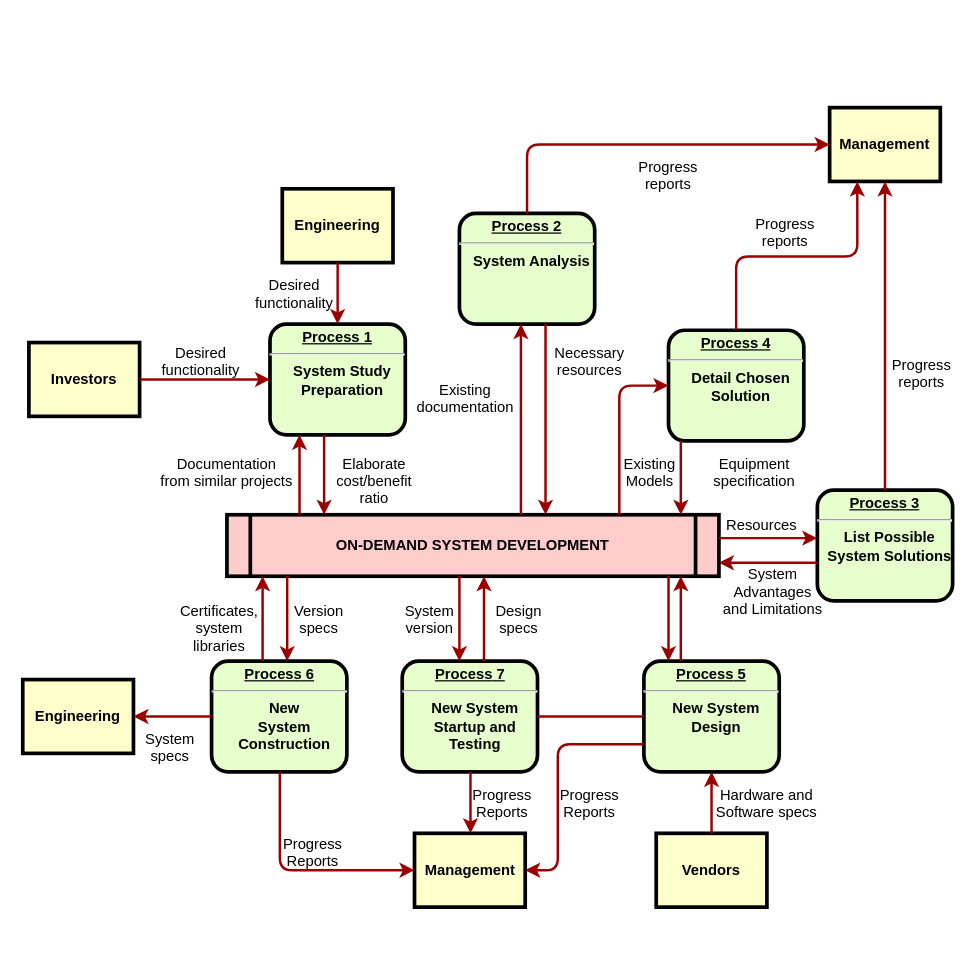
This is Untitled Diagram.drawio from doaa517/Diagrams, a draw.io file, before an edit. Source tidied: cells renumbered, new cells numbered last; positions are measured from the earlier drawing's top-left corner, leaving out a move shared by most shapes. Both pictures are drawn from the tidied source at 123%, with x=0, y=0 at pixel (22, 107).
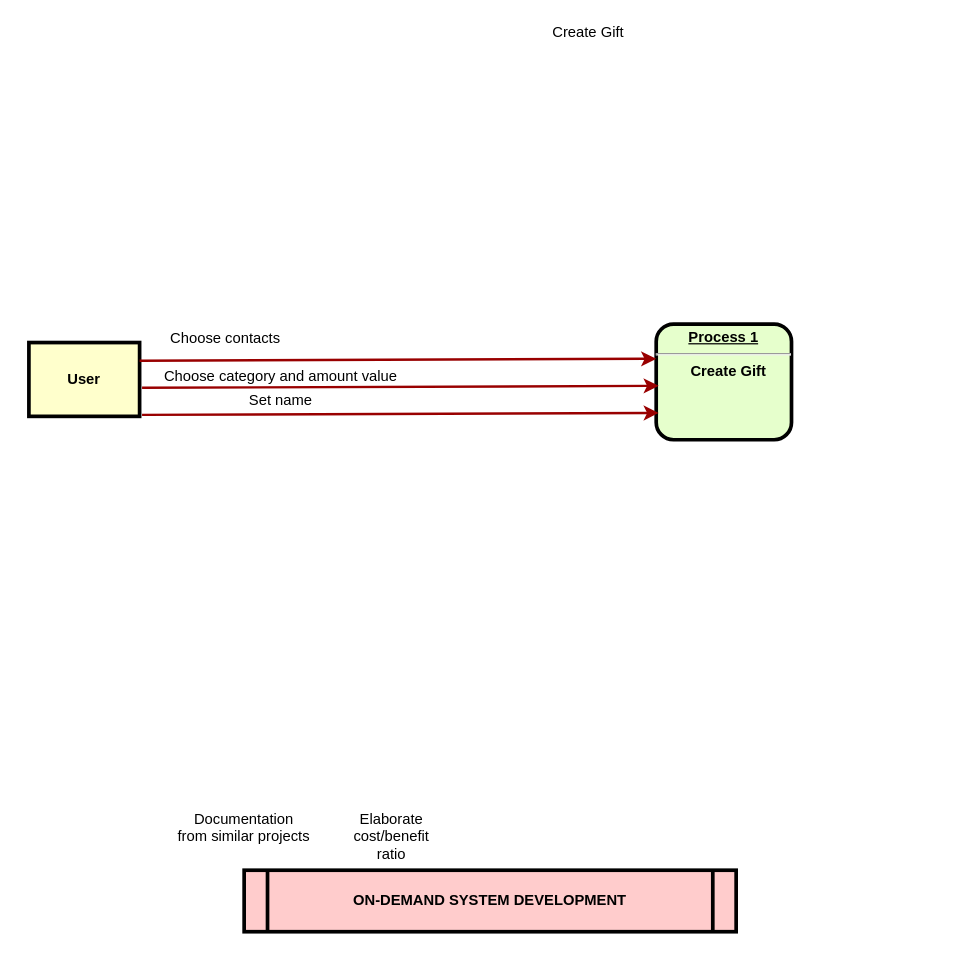
Above is the later version.

What changed in the source:
```diff
@@
-    <mxCell id="2" value="&lt;p style=&quot;margin: 0px; margin-top: 4px; text-align: center; text-decoration: underline;&quot;&gt;&lt;strong&gt;Process 1&lt;br /&gt;&lt;/strong&gt;&lt;/p&gt;&lt;hr /&gt;&lt;p style=&quot;margin: 0px; margin-left: 8px;&quot;&gt;System Study&lt;/p&gt;&lt;p style=&quot;margin: 0px; margin-left: 8px;&quot;&gt;Preparation&lt;/p&gt;" style="verticalAlign=middle;align=center;overflow=fill;fontSize=12;fontFamily=Helvetica;html=1;rounded=1;fontStyle=1;strokeWidth=3;fillColor=#E6FFCC;" parent="1" vertex="1">
-      <mxGeometry x="201" y="176" width="110" height="90" as="geometry" />
+    <mxCell id="2" value="&lt;p style=&quot;margin: 0px; margin-top: 4px; text-align: center; text-decoration: underline;&quot;&gt;&lt;strong&gt;Process 1&lt;br&gt;&lt;/strong&gt;&lt;/p&gt;&lt;hr&gt;&lt;p style=&quot;margin: 0px; margin-left: 8px;&quot;&gt;Create Gift&lt;br&gt;&lt;/p&gt;" style="verticalAlign=middle;align=center;overflow=fill;fontSize=12;fontFamily=Helvetica;html=1;rounded=1;fontStyle=1;strokeWidth=3;fillColor=#E6FFCC;" parent="1" vertex="1">
+      <mxGeometry x="515" y="176" width="110" height="94" as="geometry" />
     </mxCell>
-    <mxCell id="3" value="Engineering" style="whiteSpace=wrap;align=center;verticalAlign=middle;fontStyle=1;strokeWidth=3;fillColor=#FFFFCC;" parent="1" vertex="1">
-      <mxGeometry x="211" y="66" width="90" height="60" as="geometry" />
-    </mxCell>
-    <mxCell id="4" value="Investors" style="whiteSpace=wrap;align=center;verticalAlign=middle;fontStyle=1;strokeWidth=3;fillColor=#FFFFCC;" parent="1" vertex="1">
+    <mxCell id="4" value="User" style="whiteSpace=wrap;align=center;verticalAlign=middle;fontStyle=1;strokeWidth=3;fillColor=#FFFFCC;" parent="1" vertex="1">
       <mxGeometry x="5" y="191" width="90" height="60" as="geometry" />
     </mxCell>
     <mxCell id="5" value="ON-DEMAND SYSTEM DEVELOPMENT" style="shape=process;whiteSpace=wrap;align=center;verticalAlign=middle;size=0.0475;fontStyle=1;strokeWidth=3;fillColor=#FFCCCC;" parent="1" vertex="1">
-      <mxGeometry x="166" y="331" width="400" height="50" as="geometry" />
+      <mxGeometry x="180" y="620" width="400" height="50" as="geometry" />
     </mxCell>
-    <mxCell id="6" value="&lt;p style=&quot;margin: 0px; margin-top: 4px; text-align: center; text-decoration: underline;&quot;&gt;&lt;strong&gt;Process 2&lt;br /&gt;&lt;/strong&gt;&lt;/p&gt;&lt;hr /&gt;&lt;p style=&quot;margin: 0px; margin-left: 8px;&quot;&gt;System Analysis&lt;/p&gt;" style="verticalAlign=middle;align=center;overflow=fill;fontSize=12;fontFamily=Helvetica;html=1;rounded=1;fontStyle=1;strokeWidth=3;fillColor=#E6FFCC;" parent="1" vertex="1">
-      <mxGeometry x="355" y="86" width="110" height="90" as="geometry" />
-    </mxCell>
-    <mxCell id="7" value="&lt;p style=&quot;margin: 0px; margin-top: 4px; text-align: center; text-decoration: underline;&quot;&gt;&lt;strong&gt;&lt;strong&gt;Process&lt;/strong&gt; 3&lt;br /&gt;&lt;/strong&gt;&lt;/p&gt;&lt;hr /&gt;&lt;p style=&quot;margin: 0px; margin-left: 8px;&quot;&gt;List Possible&lt;/p&gt;&lt;p style=&quot;margin: 0px; margin-left: 8px;&quot;&gt;System Solutions&lt;/p&gt;" style="verticalAlign=middle;align=center;overflow=fill;fontSize=12;fontFamily=Helvetica;html=1;rounded=1;fontStyle=1;strokeWidth=3;fillColor=#E6FFCC;" parent="1" vertex="1">
-      <mxGeometry x="646" y="311" width="110" height="90" as="geometry" />
-    </mxCell>
-    <mxCell id="8" value="&lt;p style=&quot;margin: 0px; margin-top: 4px; text-align: center; text-decoration: underline;&quot;&gt;&lt;strong&gt;&lt;strong&gt;Process&lt;/strong&gt; 4&lt;br /&gt;&lt;/strong&gt;&lt;/p&gt;&lt;hr /&gt;&lt;p style=&quot;margin: 0px; margin-left: 8px;&quot;&gt;Detail Chosen&lt;/p&gt;&lt;p style=&quot;margin: 0px; margin-left: 8px;&quot;&gt;Solution&lt;/p&gt;" style="verticalAlign=middle;align=center;overflow=fill;fontSize=12;fontFamily=Helvetica;html=1;rounded=1;fontStyle=1;strokeWidth=3;fillColor=#E6FFCC;" parent="1" vertex="1">
-      <mxGeometry x="525" y="181" width="110" height="90" as="geometry" />
-    </mxCell>
-    <mxCell id="9" value="&lt;p style=&quot;margin: 0px; margin-top: 4px; text-align: center; text-decoration: underline;&quot;&gt;&lt;strong&gt;&lt;strong&gt;Process&lt;/strong&gt; 5&lt;br /&gt;&lt;/strong&gt;&lt;/p&gt;&lt;hr /&gt;&lt;p style=&quot;margin: 0px; margin-left: 8px;&quot;&gt;New System&lt;/p&gt;&lt;p style=&quot;margin: 0px; margin-left: 8px;&quot;&gt;Design&lt;/p&gt;" style="verticalAlign=middle;align=center;overflow=fill;fontSize=12;fontFamily=Helvetica;html=1;rounded=1;fontStyle=1;strokeWidth=3;fillColor=#E6FFCC;" parent="1" vertex="1">
-      <mxGeometry x="505" y="450" width="110" height="90" as="geometry" />
-    </mxCell>
-    <mxCell id="10" value="&lt;p style=&quot;margin: 0px; margin-top: 4px; text-align: center; text-decoration: underline;&quot;&gt;&lt;strong&gt;&lt;strong&gt;Process&lt;/strong&gt; 6&lt;br /&gt;&lt;/strong&gt;&lt;/p&gt;&lt;hr /&gt;&lt;p style=&quot;margin: 0px; margin-left: 8px;&quot;&gt;New&lt;/p&gt;&lt;p style=&quot;margin: 0px; margin-left: 8px;&quot;&gt;System&lt;/p&gt;&lt;p style=&quot;margin: 0px; margin-left: 8px;&quot;&gt;Construction&lt;/p&gt;" style="verticalAlign=middle;align=center;overflow=fill;fontSize=12;fontFamily=Helvetica;html=1;rounded=1;fontStyle=1;strokeWidth=3;fillColor=#E6FFCC;" parent="1" vertex="1">
-      <mxGeometry x="153.5" y="450" width="110" height="90" as="geometry" />
-    </mxCell>
-    <mxCell id="11" value="Management" style="whiteSpace=wrap;align=center;verticalAlign=middle;fontStyle=1;strokeWidth=3;fillColor=#FFFFCC;" parent="1" vertex="1">
-      <mxGeometry x="656" width="90" height="60" as="geometry" />
-    </mxCell>
-    <mxCell id="12" value="Management" style="whiteSpace=wrap;align=center;verticalAlign=middle;fontStyle=1;strokeWidth=3;fillColor=#FFFFCC;" parent="1" vertex="1">
-      <mxGeometry x="318.5" y="590" width="90" height="60" as="geometry" />
-    </mxCell>
-    <mxCell id="13" value="Engineering" style="whiteSpace=wrap;align=center;verticalAlign=middle;fontStyle=1;strokeWidth=3;fillColor=#FFFFCC;" parent="1" vertex="1">
-      <mxGeometry y="465" width="90" height="60" as="geometry" />
-    </mxCell>
-    <mxCell id="14" value="Vendors" style="whiteSpace=wrap;align=center;verticalAlign=middle;fontStyle=1;strokeWidth=3;fillColor=#FFFFCC;" parent="1" vertex="1">
-      <mxGeometry x="515" y="590" width="90" height="60" as="geometry" />
-    </mxCell>
-    <mxCell id="15" style="edgeStyle=none;noEdgeStyle=1;strokeColor=#990000;strokeWidth=2;" parent="1" edge="1" source="3" target="2">
-      <mxGeometry relative="1" as="geometry" />
-    </mxCell>
-    <mxCell id="16" style="edgeStyle=none;noEdgeStyle=1;strokeColor=#990000;strokeWidth=2;" parent="1" edge="1" source="4" target="2">
-      <mxGeometry relative="1" as="geometry" />
+    <mxCell id="16" style="edgeStyle=none;noEdgeStyle=1;strokeColor=#990000;strokeWidth=2;" parent="1" edge="1">
+      <mxGeometry relative="1" as="geometry">
+        <mxPoint x="95" y="205.8" as="sourcePoint" />
+        <mxPoint x="515" y="204.2" as="targetPoint" />
+      </mxGeometry>
     </mxCell>
-    <mxCell id="17" value="&lt;p style=&quot;margin: 0px; margin-top: 4px; text-align: center; text-decoration: underline;&quot;&gt;&lt;strong&gt;&lt;strong&gt;Process&lt;/strong&gt; 7&lt;br /&gt;&lt;/strong&gt;&lt;/p&gt;&lt;hr /&gt;&lt;p style=&quot;margin: 0px; margin-left: 8px;&quot;&gt;New System&lt;/p&gt;&lt;p style=&quot;margin: 0px; margin-left: 8px;&quot;&gt;Startup and&lt;/p&gt;&lt;p style=&quot;margin: 0px; margin-left: 8px;&quot;&gt;Testing&lt;/p&gt;" style="verticalAlign=middle;align=center;overflow=fill;fontSize=12;fontFamily=Helvetica;html=1;rounded=1;fontStyle=1;strokeWidth=3;fillColor=#E6FFCC;" parent="1" vertex="1">
-      <mxGeometry x="308.5" y="450" width="110" height="90" as="geometry" />
-    </mxCell>
-    <mxCell id="18" style="endArrow=none;noEdgeStyle=1;strokeColor=#990000;strokeWidth=2;" parent="1" edge="1" source="9" target="17">
-      <mxGeometry relative="1" as="geometry" />
-    </mxCell>
-    <mxCell id="19" value="Desired &#10;functionality" style="text;spacingTop=-5;align=center;" parent="1" vertex="1">
-      <mxGeometry x="130" y="191" width="30" height="20" as="geometry" />
+    <mxCell id="19" value="Choose contacts" style="text;spacingTop=-5;align=center;" parent="1" vertex="1">
+      <mxGeometry x="150" y="179" width="30" height="20" as="geometry" />
     </mxCell>
-    <mxCell id="20" value="Desired &#10;functionality" style="text;spacingTop=-5;align=center;" parent="1" vertex="1">
-      <mxGeometry x="206" y="136" width="30" height="20" as="geometry" />
-    </mxCell>
     <mxCell id="21" value="Documentation&#10;from similar projects" style="text;spacingTop=-5;align=center;" parent="1" vertex="1">
-      <mxGeometry x="151" y="281" width="30" height="20" as="geometry" />
+      <mxGeometry x="165" y="570" width="30" height="20" as="geometry" />
     </mxCell>
-    <mxCell id="22" style="edgeStyle=elbowEdgeStyle;elbow=horizontal;strokeColor=#990000;strokeWidth=2;" parent="1" edge="1" source="5" target="2">
-      <mxGeometry relative="1" as="geometry">
-        <Array as="points">
-          <mxPoint x="225" y="310" />
-        </Array>
-      </mxGeometry>
-    </mxCell>
-    <mxCell id="23" style="edgeStyle=elbowEdgeStyle;elbow=horizontal;strokeColor=#990000;strokeWidth=2;" parent="1" edge="1" source="2" target="5">
-      <mxGeometry relative="1" as="geometry">
-        <Array as="points">
-          <mxPoint x="245" y="300" />
-        </Array>
-      </mxGeometry>
-    </mxCell>
     <mxCell id="24" value="Elaborate&#10;cost/benefit&#10;ratio" style="text;spacingTop=-5;align=center;" parent="1" vertex="1">
-      <mxGeometry x="271" y="281" width="30" height="20" as="geometry" />
+      <mxGeometry x="285" y="570" width="30" height="20" as="geometry" />
     </mxCell>
-    <mxCell id="25" style="edgeStyle=elbowEdgeStyle;elbow=horizontal;strokeColor=#990000;strokeWidth=2;" parent="1" edge="1" source="5" target="6">
-      <mxGeometry relative="1" as="geometry">
-        <Array as="points">
-          <mxPoint x="405" y="250" />
-        </Array>
-      </mxGeometry>
-    </mxCell>
-    <mxCell id="26" style="edgeStyle=elbowEdgeStyle;elbow=horizontal;strokeColor=#990000;strokeWidth=2;" parent="1" edge="1" source="6" target="5">
-      <mxGeometry relative="1" as="geometry">
-        <Array as="points">
-          <mxPoint x="425" y="260" />
-        </Array>
-      </mxGeometry>
-    </mxCell>
-    <mxCell id="27" value="Existing&#10;documentation" style="text;spacingTop=-5;align=center;" parent="1" vertex="1">
-      <mxGeometry x="345" y="221" width="30" height="20" as="geometry" />
+    <mxCell id="27" value="Create Gift" style="text;spacingTop=-5;align=center;" parent="1" vertex="1">
+      <mxGeometry x="445" y="-70" width="30" height="20" as="geometry" />
     </mxCell>
-    <mxCell id="28" value="Necessary&#10;resources" style="text;spacingTop=-5;align=center;" parent="1" vertex="1">
-      <mxGeometry x="446" y="191" width="30" height="20" as="geometry" />
-    </mxCell>
-    <mxCell id="29" value="Progress&#10;reports" style="text;spacingTop=-5;align=center;" parent="1" vertex="1">
-      <mxGeometry x="510" y="40" width="30" height="20" as="geometry" />
-    </mxCell>
-    <mxCell id="30" value="Progress&#10;reports" style="text;spacingTop=-5;align=center;" parent="1" vertex="1">
-      <mxGeometry x="605" y="86" width="30" height="20" as="geometry" />
-    </mxCell>
-    <mxCell id="31" value="Progress&#10;reports" style="text;spacingTop=-5;align=center;" parent="1" vertex="1">
-      <mxGeometry x="716" y="201" width="30" height="20" as="geometry" />
-    </mxCell>
-    <mxCell id="32" style="edgeStyle=elbowEdgeStyle;elbow=horizontal;strokeColor=#990000;strokeWidth=2;" parent="1" edge="1" source="6" target="11">
-      <mxGeometry relative="1" as="geometry">
-        <Array as="points">
-          <mxPoint x="410" y="80" />
-        </Array>
-      </mxGeometry>
-    </mxCell>
-    <mxCell id="33" style="edgeStyle=elbowEdgeStyle;elbow=vertical;entryX=0.25;entryY=1;strokeColor=#990000;strokeWidth=2;" parent="1" edge="1" source="8" target="11">
-      <mxGeometry relative="1" as="geometry" />
-    </mxCell>
-    <mxCell id="34" style="edgeStyle=elbowEdgeStyle;elbow=horizontal;strokeColor=#990000;strokeWidth=2;" parent="1" edge="1" source="7" target="11">
-      <mxGeometry relative="1" as="geometry" />
-    </mxCell>
-    <mxCell id="35" style="edgeStyle=elbowEdgeStyle;elbow=horizontal;strokeColor=#990000;strokeWidth=2;" parent="1" edge="1" source="8" target="5">
-      <mxGeometry relative="1" as="geometry">
-        <Array as="points">
-          <mxPoint x="535" y="300" />
-        </Array>
-      </mxGeometry>
-    </mxCell>
-    <mxCell id="36" style="edgeStyle=segmentEdgeStyle;strokeColor=#990000;strokeWidth=2;" parent="1" edge="1" source="5" target="8">
-      <mxGeometry relative="1" as="geometry">
-        <Array as="points">
-          <mxPoint x="485" y="226" />
-        </Array>
-      </mxGeometry>
-    </mxCell>
-    <mxCell id="37" value="Existing&#10;Models" style="text;spacingTop=-5;align=center;" parent="1" vertex="1">
-      <mxGeometry x="495" y="281" width="30" height="20" as="geometry" />
-    </mxCell>
-    <mxCell id="38" value="Equipment&#10;specification" style="text;spacingTop=-5;align=center;" parent="1" vertex="1">
-      <mxGeometry x="580" y="281" width="30" height="20" as="geometry" />
-    </mxCell>
-    <mxCell id="39" style="edgeStyle=elbowEdgeStyle;elbow=vertical;strokeColor=#990000;strokeWidth=2;" parent="1" edge="1" source="5" target="7">
-      <mxGeometry relative="1" as="geometry">
-        <Array as="points">
-          <mxPoint x="615" y="350" />
-        </Array>
-      </mxGeometry>
-    </mxCell>
-    <mxCell id="40" style="edgeStyle=elbowEdgeStyle;elbow=vertical;strokeColor=#990000;strokeWidth=2;" parent="1" edge="1" source="7" target="5">
-      <mxGeometry relative="1" as="geometry">
-        <Array as="points">
-          <mxPoint x="615" y="370" />
-        </Array>
-      </mxGeometry>
-    </mxCell>
-    <mxCell id="41" value="Resources" style="text;spacingTop=-5;align=center;" parent="1" vertex="1">
-      <mxGeometry x="586" y="331" width="30" height="20" as="geometry" />
-    </mxCell>
-    <mxCell id="42" value="System &#10;Advantages &#10;and Limitations" style="text;spacingTop=-5;align=center;" parent="1" vertex="1">
-      <mxGeometry x="595" y="371" width="30" height="20" as="geometry" />
-    </mxCell>
-    <mxCell id="43" style="edgeStyle=elbowEdgeStyle;elbow=horizontal;strokeColor=#990000;strokeWidth=2;" parent="1" edge="1" source="9" target="5">
-      <mxGeometry relative="1" as="geometry">
-        <Array as="points">
-          <mxPoint x="535" y="410" />
-        </Array>
-      </mxGeometry>
-    </mxCell>
-    <mxCell id="44" style="edgeStyle=elbowEdgeStyle;elbow=horizontal;strokeColor=#990000;strokeWidth=2;" parent="1" edge="1" source="5" target="9">
-      <mxGeometry relative="1" as="geometry">
-        <Array as="points">
-          <mxPoint x="525" y="420" />
-        </Array>
-      </mxGeometry>
-    </mxCell>
-    <mxCell id="45" style="edgeStyle=elbowEdgeStyle;elbow=horizontal;strokeColor=#990000;strokeWidth=2;" parent="1" edge="1" source="14" target="9">
-      <mxGeometry relative="1" as="geometry" />
-    </mxCell>
-    <mxCell id="46" value="Hardware and&#10;Software specs" style="text;spacingTop=-5;align=center;" parent="1" vertex="1">
-      <mxGeometry x="590" y="550" width="30" height="20" as="geometry" />
-    </mxCell>
-    <mxCell id="47" style="edgeStyle=elbowEdgeStyle;elbow=horizontal;exitX=0;exitY=0.75;strokeColor=#990000;strokeWidth=2;" parent="1" edge="1" source="9" target="12">
-      <mxGeometry relative="1" as="geometry">
-        <Array as="points">
-          <mxPoint x="435" y="570" />
-        </Array>
-      </mxGeometry>
-    </mxCell>
-    <mxCell id="48" value="Progress&#10;Reports" style="text;spacingTop=-5;align=center;" parent="1" vertex="1">
-      <mxGeometry x="446" y="550" width="30" height="20" as="geometry" />
-    </mxCell>
-    <mxCell id="49" style="edgeStyle=elbowEdgeStyle;elbow=horizontal;strokeColor=#990000;strokeWidth=2;" parent="1" edge="1" source="17" target="12">
-      <mxGeometry relative="1" as="geometry" />
-    </mxCell>
-    <mxCell id="50" value="Progress&#10;Reports" style="text;spacingTop=-5;align=center;" parent="1" vertex="1">
-      <mxGeometry x="375" y="550" width="30" height="20" as="geometry" />
-    </mxCell>
-    <mxCell id="51" style="edgeStyle=elbowEdgeStyle;elbow=horizontal;strokeColor=#990000;strokeWidth=2;" parent="1" edge="1" source="10" target="12">
-      <mxGeometry relative="1" as="geometry">
-        <Array as="points">
-          <mxPoint x="209" y="570" />
-        </Array>
-      </mxGeometry>
-    </mxCell>
-    <mxCell id="52" value="Progress&#10;Reports" style="text;spacingTop=-5;align=center;" parent="1" vertex="1">
-      <mxGeometry x="221" y="590" width="30" height="20" as="geometry" />
-    </mxCell>
-    <mxCell id="53" style="edgeStyle=elbowEdgeStyle;elbow=vertical;strokeColor=#990000;strokeWidth=2;" parent="1" edge="1" source="10" target="13">
-      <mxGeometry relative="1" as="geometry" />
-    </mxCell>
-    <mxCell id="54" style="edgeStyle=elbowEdgeStyle;elbow=horizontal;strokeColor=#990000;strokeWidth=2;" parent="1" edge="1" source="5" target="17">
-      <mxGeometry relative="1" as="geometry">
-        <Array as="points">
-          <mxPoint x="355" y="410" />
-        </Array>
-      </mxGeometry>
-    </mxCell>
-    <mxCell id="55" style="edgeStyle=elbowEdgeStyle;elbow=horizontal;strokeColor=#990000;strokeWidth=2;" parent="1" edge="1" source="17" target="5">
-      <mxGeometry relative="1" as="geometry">
-        <Array as="points">
-          <mxPoint x="375" y="410" />
-        </Array>
-      </mxGeometry>
-    </mxCell>
-    <mxCell id="56" value="Version&#10;specs" style="text;spacingTop=-5;align=center;" parent="1" vertex="1">
-      <mxGeometry x="226" y="401" width="30" height="20" as="geometry" />
-    </mxCell>
-    <mxCell id="57" value="Certificates,&#10;system&#10;libraries" style="text;spacingTop=-5;align=center;" parent="1" vertex="1">
-      <mxGeometry x="145" y="401" width="30" height="20" as="geometry" />
-    </mxCell>
-    <mxCell id="58" style="edgeStyle=elbowEdgeStyle;elbow=horizontal;strokeColor=#990000;strokeWidth=2;" parent="1" edge="1" source="5" target="10">
-      <mxGeometry relative="1" as="geometry">
-        <Array as="points">
-          <mxPoint x="215" y="410" />
-        </Array>
-      </mxGeometry>
-    </mxCell>
-    <mxCell id="59" style="edgeStyle=elbowEdgeStyle;elbow=horizontal;strokeColor=#990000;strokeWidth=2;" parent="1" edge="1" source="10" target="5">
-      <mxGeometry relative="1" as="geometry">
-        <Array as="points">
-          <mxPoint x="195" y="410" />
-        </Array>
-      </mxGeometry>
-    </mxCell>
-    <mxCell id="60" value="System&#10;specs" style="text;spacingTop=-5;align=center;" parent="1" vertex="1">
-      <mxGeometry x="105" y="505" width="30" height="20" as="geometry" />
-    </mxCell>
-    <mxCell id="61" value="Design&#10;specs" style="text;spacingTop=-5;align=center;" parent="1" vertex="1">
-      <mxGeometry x="388.5" y="401" width="30" height="20" as="geometry" />
-    </mxCell>
-    <mxCell id="62" value="System&#10;version" style="text;spacingTop=-5;align=center;" parent="1" vertex="1">
-      <mxGeometry x="316" y="401" width="30" height="20" as="geometry" />
-    </mxCell>
+    <mxCell id="63" style="edgeStyle=none;noEdgeStyle=1;strokeColor=#990000;strokeWidth=2;" parent="1" edge="1">
+      <mxGeometry relative="1" as="geometry">
+        <mxPoint x="97" y="227.8" as="sourcePoint" />
+        <mxPoint x="517" y="226.2" as="targetPoint" />
+      </mxGeometry>
+    </mxCell>
+    <mxCell id="64" value="Choose category and amount value" style="text;html=1;strokeColor=none;fillColor=none;align=center;verticalAlign=middle;whiteSpace=wrap;rounded=0;" parent="1" vertex="1">
+      <mxGeometry x="105" y="204" width="210" height="30" as="geometry" />
+    </mxCell>
+    <mxCell id="65" style="edgeStyle=none;noEdgeStyle=1;strokeColor=#990000;strokeWidth=2;" parent="1" edge="1">
+      <mxGeometry relative="1" as="geometry">
+        <mxPoint x="97" y="249.8" as="sourcePoint" />
+        <mxPoint x="517" y="248.2" as="targetPoint" />
+      </mxGeometry>
+    </mxCell>
+    <mxCell id="66" value="Set name" style="text;html=1;strokeColor=none;fillColor=none;align=center;verticalAlign=middle;whiteSpace=wrap;rounded=0;" parent="1" vertex="1">
+      <mxGeometry x="105" y="223" width="210" height="30" as="geometry" />
+    </mxCell>
```
